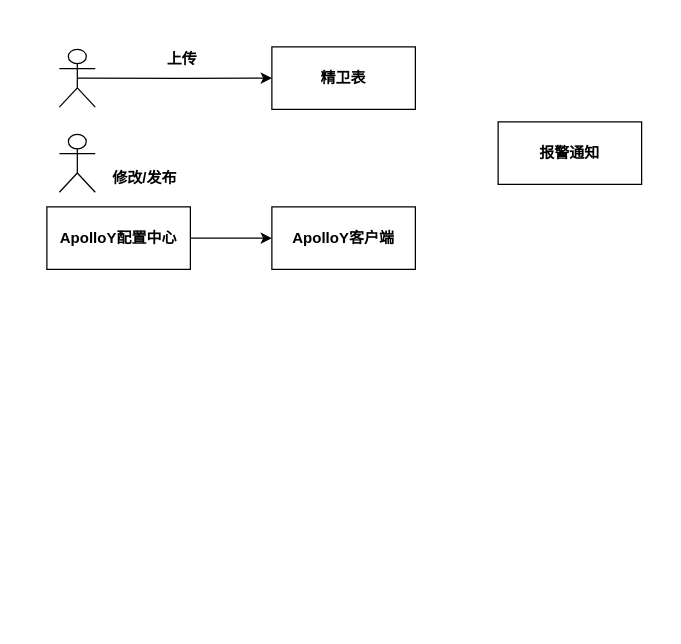
This is 大麦任务监控.drawio from mineminemine123/work-wiki, a draw.io file, before an edit. Source tidied: cells renumbered, new cells numbered last; positions are measured from the earlier drawing's top-left corner, leaving out a move shared by most shapes. Both pictures are drawn from the tidied source at 125%, with x=0, y=0 at pixel (46, 44).
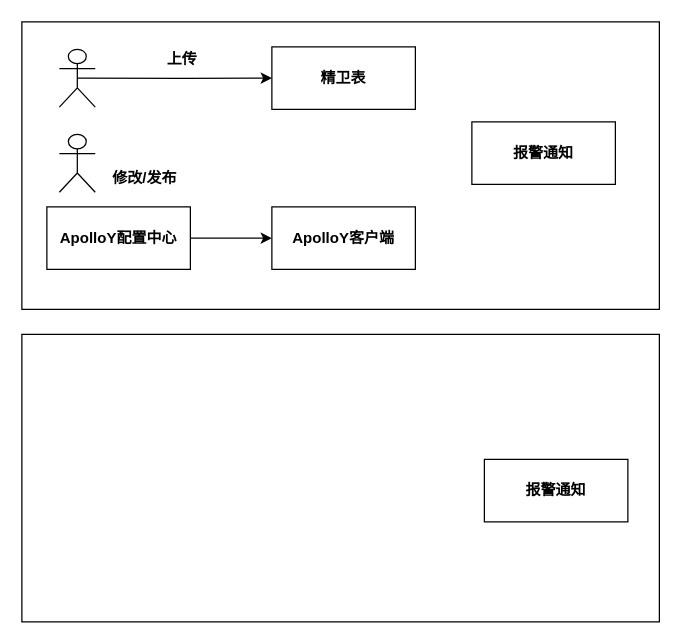
The same diagram, later.

Commit message:
更新大麦任务监控.drawio

The edit, as a diff of the source:
```diff
@@
 <mxGraphModel>
   <root>
     <mxCell id="0" />
     <mxCell id="1" parent="0" />
+    <mxCell id="12" style="rounded=0;whiteSpace=wrap;html=1;" parent="1" vertex="1">
+      <mxGeometry x="-20" y="-18" width="510" height="230" as="geometry" />
+    </mxCell>
     <mxCell id="2" style="edgeStyle=orthogonalEdgeStyle;rounded=0;jettySize=auto;html=1;exitX=1;exitY=0.5;exitDx=0;exitDy=0;" parent="1" edge="1" source="3" target="6">
       <mxGeometry relative="1" as="geometry" />
     </mxCell>
     <mxCell id="3" value="&lt;h4&gt;ApolloY配置中心&lt;/h4&gt;" style="rounded=0;whiteSpace=wrap;html=1;fontFamily=微软雅黑;" parent="1" vertex="1">
       <mxGeometry y="130" width="114.8" height="50" as="geometry" />
     </mxCell>
     <mxCell id="4" value="&lt;h4&gt;修改/发布&lt;/h4&gt;" style="text;html=1;strokeColor=none;fillColor=none;align=center;verticalAlign=middle;whiteSpace=wrap;rounded=0;fontFamily=微软雅黑;" parent="1" vertex="1">
       <mxGeometry x="50" y="95.1" width="57.4" height="23.1" as="geometry" />
     </mxCell>
     <mxCell id="5" style="shape=umlActor;verticalLabelPosition=bottom;verticalAlign=top;html=1;fontFamily=微软雅黑;" parent="1" vertex="1">
       <mxGeometry x="10" y="72" width="28.7" height="46.3" as="geometry" />
     </mxCell>
     <mxCell id="6" value="&lt;h4&gt;ApolloY客户端&lt;/h4&gt;" style="rounded=0;whiteSpace=wrap;html=1;fontFamily=微软雅黑;" parent="1" vertex="1">
       <mxGeometry x="180" y="130" width="114.8" height="50" as="geometry" />
     </mxCell>
     <mxCell id="7" value="&lt;h4&gt;精卫表&lt;/h4&gt;" style="rounded=0;whiteSpace=wrap;html=1;fontFamily=微软雅黑;" parent="1" vertex="1">
       <mxGeometry x="180" y="2" width="114.8" height="50" as="geometry" />
     </mxCell>
     <mxCell id="8" style="edgeStyle=orthogonalEdgeStyle;rounded=0;jettySize=auto;html=1;exitX=0.5;exitY=0.5;exitDx=0;exitDy=0;exitPerimeter=0;" parent="1" edge="1" source="9" target="7">
       <mxGeometry relative="1" as="geometry" />
     </mxCell>
     <mxCell id="9" style="shape=umlActor;verticalLabelPosition=bottom;verticalAlign=top;html=1;outlineConnect=0;fontFamily=微软雅黑;" parent="1" vertex="1">
       <mxGeometry x="10" y="3.9" width="28.7" height="46.3" as="geometry" />
     </mxCell>
     <mxCell id="10" value="&lt;h4&gt;上传&lt;/h4&gt;" style="text;html=1;strokeColor=none;fillColor=none;align=center;verticalAlign=middle;whiteSpace=wrap;rounded=0;fontFamily=微软雅黑;" parent="1" vertex="1">
       <mxGeometry x="80" y="0.2" width="57.4" height="23.1" as="geometry" />
     </mxCell>
     <mxCell id="11" value="&lt;h4&gt;报警通知&lt;/h4&gt;" style="rounded=0;whiteSpace=wrap;html=1;fontFamily=微软雅黑;" parent="1" vertex="1">
-      <mxGeometry x="361" y="62" width="114.8" height="50" as="geometry" />
+      <mxGeometry x="340" y="62" width="114.8" height="50" as="geometry" />
     </mxCell>
+    <mxCell id="13" style="rounded=0;whiteSpace=wrap;html=1;" parent="1" vertex="1">
+      <mxGeometry x="-20" y="232" width="510" height="230" as="geometry" />
+    </mxCell>
+    <mxCell id="14" value="&lt;h4&gt;报警通知&lt;/h4&gt;" style="rounded=0;whiteSpace=wrap;html=1;fontFamily=微软雅黑;" parent="1" vertex="1">
+      <mxGeometry x="350" y="332" width="114.8" height="50" as="geometry" />
+    </mxCell>
   </root>
 </mxGraphModel>
```
